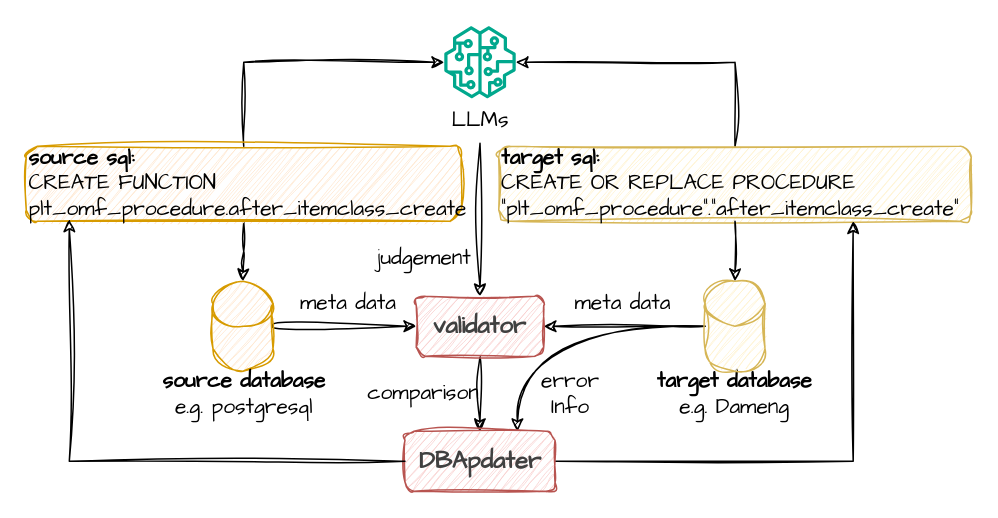
Earlier version of the draw.io diagram 开题报告/DBAdapter.drawio (Olive-2019/drawio-source). Source tidied: cells renumbered, new cells numbered last; positions are measured from the earlier drawing's top-left corner, leaving out a move shared by most shapes. Both pictures are drawn from the tidied source at 150%, with x=0, y=0 at pixel (26, 26).
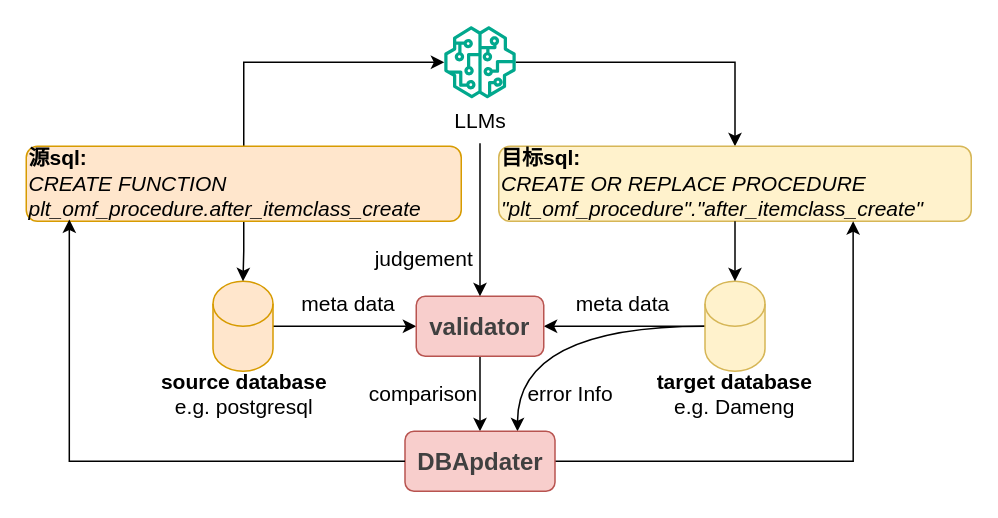
After the change.

The edit, as a diff of the source:
```diff
@@
-    <mxCell id="2" style="edgeStyle=orthogonalEdgeStyle;rounded=0;jettySize=auto;html=1;fontFamily=Comic Sans MS;curved=1;sketch=1;curveFitting=1;jiggle=2;" parent="1" edge="1" source="3" target="16">
+    <mxCell id="2" style="edgeStyle=orthogonalEdgeStyle;rounded=0;jettySize=auto;html=1;fontFamily=Comic Sans MS;curved=1;" parent="1" edge="1" source="3" target="16">
       <mxGeometry relative="1" as="geometry" />
     </mxCell>
-    <mxCell id="3" style="shape=cylinder3;whiteSpace=wrap;html=1;boundedLbl=1;backgroundOutline=1;size=15;fontStyle=1;fontFamily=Comic Sans MS;sketch=1;curveFitting=1;jiggle=2;fillColor=#ffe6cc;strokeColor=#d79b00;" parent="1" vertex="1">
+    <mxCell id="3" style="shape=cylinder3;whiteSpace=wrap;html=1;boundedLbl=1;backgroundOutline=1;size=15;fontStyle=1;fontFamily=Comic Sans MS;fillColor=#ffe6cc;strokeColor=#d79b00;" parent="1" vertex="1">
       <mxGeometry x="124.5" y="170" width="40" height="60" as="geometry" />
     </mxCell>
-    <mxCell id="4" value="&lt;b&gt;source database&lt;/b&gt;&lt;div&gt;e.g. postgresql&lt;/div&gt;" style="text;html=1;align=center;verticalAlign=middle;whiteSpace=wrap;rounded=0;fontSize=14;fontFamily=Comic Sans MS;sketch=1;curveFitting=1;jiggle=2;" parent="1" vertex="1">
+    <mxCell id="4" value="&lt;b&gt;source database&lt;/b&gt;&lt;div&gt;e.g. postgresql&lt;/div&gt;" style="text;html=1;align=center;verticalAlign=middle;whiteSpace=wrap;rounded=0;fontSize=14;fontFamily=Helvetica;" parent="1" vertex="1">
       <mxGeometry x="69.8" y="230" width="150.5" height="30" as="geometry" />
     </mxCell>
-    <mxCell id="5" value="&lt;b&gt;target database&lt;/b&gt;&lt;div&gt;e.g. Dameng&lt;/div&gt;" style="text;html=1;align=center;verticalAlign=middle;whiteSpace=wrap;rounded=0;fontSize=14;fontFamily=Comic Sans MS;sketch=1;curveFitting=1;jiggle=2;" parent="1" vertex="1">
+    <mxCell id="5" value="&lt;b&gt;target database&lt;/b&gt;&lt;div&gt;e.g. Dameng&lt;/div&gt;" style="text;html=1;align=center;verticalAlign=middle;whiteSpace=wrap;rounded=0;fontSize=14;fontFamily=Helvetica;" parent="1" vertex="1">
       <mxGeometry x="411.2" y="230" width="122.5" height="30" as="geometry" />
     </mxCell>
-    <mxCell id="6" style="edgeStyle=orthogonalEdgeStyle;rounded=0;jettySize=auto;html=1;entryX=1;entryY=0.5;entryDx=0;entryDy=0;sketch=1;curveFitting=1;jiggle=2;" parent="1" edge="1" source="8" target="16">
+    <mxCell id="6" style="edgeStyle=orthogonalEdgeStyle;rounded=0;jettySize=auto;html=1;entryX=1;entryY=0.5;entryDx=0;entryDy=0;" parent="1" edge="1" source="8" target="16">
       <mxGeometry relative="1" as="geometry" />
     </mxCell>
-    <mxCell id="7" style="edgeStyle=orthogonalEdgeStyle;rounded=0;jettySize=auto;html=1;entryX=0.75;entryY=0;entryDx=0;entryDy=0;curved=1;sketch=1;curveFitting=1;jiggle=2;" parent="1" edge="1" source="8" target="18">
+    <mxCell id="7" style="edgeStyle=orthogonalEdgeStyle;rounded=0;jettySize=auto;html=1;entryX=0.75;entryY=0;entryDx=0;entryDy=0;curved=1;" parent="1" edge="1" source="8" target="18">
       <mxGeometry relative="1" as="geometry" />
     </mxCell>
-    <mxCell id="8" style="shape=cylinder3;whiteSpace=wrap;html=1;boundedLbl=1;backgroundOutline=1;size=15;fontStyle=1;fontFamily=Comic Sans MS;sketch=1;curveFitting=1;jiggle=2;fillColor=#fff2cc;strokeColor=#d6b656;" parent="1" vertex="1">
+    <mxCell id="8" style="shape=cylinder3;whiteSpace=wrap;html=1;boundedLbl=1;backgroundOutline=1;size=15;fontStyle=1;fontFamily=Comic Sans MS;fillColor=#fff2cc;strokeColor=#d6b656;" parent="1" vertex="1">
       <mxGeometry x="452.5" y="170" width="40" height="60" as="geometry" />
     </mxCell>
-    <mxCell id="9" style="edgeStyle=orthogonalEdgeStyle;rounded=0;jettySize=auto;html=1;sketch=1;curveFitting=1;jiggle=2;" parent="1" edge="1" source="10" target="24">
+    <mxCell id="9" style="edgeStyle=orthogonalEdgeStyle;rounded=0;jettySize=auto;html=1;endArrow=none;startFill=1;startArrow=classic;" parent="1" edge="1" source="10" target="24">
       <mxGeometry relative="1" as="geometry">
         <Array as="points">
           <mxPoint x="473" y="24" />
         </Array>
       </mxGeometry>
     </mxCell>
-    <mxCell id="10" value="&lt;div&gt;&lt;b&gt;target sql:&lt;/b&gt;&lt;/div&gt;CREATE OR REPLACE PROCEDURE &quot;plt_omf_procedure&quot;.&quot;after_itemclass_create&quot;" style="rounded=1;whiteSpace=wrap;html=1;fontSize=14;align=left;fontFamily=Comic Sans MS;sketch=1;curveFitting=1;jiggle=2;fillColor=#fff2cc;strokeColor=#d6b656;" parent="1" vertex="1">
+    <mxCell id="10" value="&lt;div&gt;&lt;b&gt;目标sql:&lt;/b&gt;&lt;/div&gt;&lt;i&gt;CREATE OR REPLACE PROCEDURE &quot;plt_omf_procedure&quot;.&quot;after_itemclass_create&quot;&lt;/i&gt;" style="rounded=1;whiteSpace=wrap;html=1;fontSize=14;align=left;fontFamily=Helvetica;fillColor=#fff2cc;strokeColor=#d6b656;" parent="1" vertex="1">
       <mxGeometry x="315" y="80" width="315" height="50" as="geometry" />
     </mxCell>
-    <mxCell id="11" style="edgeStyle=orthogonalEdgeStyle;rounded=0;jettySize=auto;html=1;fontFamily=Comic Sans MS;sketch=1;curveFitting=1;jiggle=2;" parent="1" edge="1" source="13" target="3">
+    <mxCell id="11" style="edgeStyle=orthogonalEdgeStyle;rounded=0;jettySize=auto;html=1;fontFamily=Comic Sans MS;" parent="1" edge="1" source="13" target="3">
       <mxGeometry relative="1" as="geometry" />
     </mxCell>
-    <mxCell id="12" style="edgeStyle=orthogonalEdgeStyle;rounded=0;jettySize=auto;html=1;sketch=1;curveFitting=1;jiggle=2;" parent="1" edge="1" source="13" target="24">
+    <mxCell id="12" style="edgeStyle=orthogonalEdgeStyle;rounded=0;jettySize=auto;html=1;" parent="1" edge="1" source="13" target="24">
       <mxGeometry relative="1" as="geometry">
         <Array as="points">
           <mxPoint x="145" y="24" />
         </Array>
       </mxGeometry>
     </mxCell>
-    <mxCell id="13" value="&lt;div&gt;&lt;b&gt;source sql:&lt;/b&gt;&lt;/div&gt;CREATE FUNCTION plt_omf_procedure.after_itemclass_create" style="rounded=1;whiteSpace=wrap;html=1;fontSize=14;align=left;fontFamily=Comic Sans MS;sketch=1;curveFitting=1;jiggle=2;fillColor=#ffe6cc;strokeColor=#d79b00;" parent="1" vertex="1">
+    <mxCell id="13" value="&lt;div&gt;&lt;b&gt;源sql:&lt;/b&gt;&lt;/div&gt;&lt;i&gt;CREATE FUNCTION plt_omf_procedure.after_itemclass_create&lt;/i&gt;" style="rounded=1;whiteSpace=wrap;html=1;fontSize=14;align=left;fontFamily=Helvetica;fillColor=#ffe6cc;strokeColor=#d79b00;" parent="1" vertex="1">
       <mxGeometry y="80" width="290" height="50" as="geometry" />
     </mxCell>
-    <mxCell id="14" style="edgeStyle=orthogonalEdgeStyle;rounded=0;jettySize=auto;html=1;entryX=0.5;entryY=0;entryDx=0;entryDy=0;entryPerimeter=0;fontFamily=Comic Sans MS;sketch=1;curveFitting=1;jiggle=2;" parent="1" edge="1" source="10" target="8">
+    <mxCell id="14" style="edgeStyle=orthogonalEdgeStyle;rounded=0;jettySize=auto;html=1;entryX=0.5;entryY=0;entryDx=0;entryDy=0;entryPerimeter=0;fontFamily=Comic Sans MS;" parent="1" edge="1" source="10" target="8">
       <mxGeometry relative="1" as="geometry" />
     </mxCell>
-    <mxCell id="15" style="edgeStyle=orthogonalEdgeStyle;rounded=0;jettySize=auto;html=1;entryX=0.5;entryY=0;entryDx=0;entryDy=0;sketch=1;curveFitting=1;jiggle=2;" parent="1" edge="1" source="16" target="18">
+    <mxCell id="15" style="edgeStyle=orthogonalEdgeStyle;rounded=0;jettySize=auto;html=1;entryX=0.5;entryY=0;entryDx=0;entryDy=0;" parent="1" edge="1" source="16" target="18">
       <mxGeometry relative="1" as="geometry" />
     </mxCell>
-    <mxCell id="16" value="&lt;span style=&quot;color: rgb(64, 64, 64); font-size: 16.002px; text-align: start;&quot;&gt;validator&lt;/span&gt;" style="rounded=1;whiteSpace=wrap;html=1;fontFamily=Comic Sans MS;fontStyle=1;sketch=1;curveFitting=1;jiggle=2;fillColor=#f8cecc;strokeColor=#b85450;" parent="1" vertex="1">
+    <mxCell id="16" value="&lt;span style=&quot;color: rgb(64, 64, 64); font-size: 16.002px; text-align: start;&quot;&gt;validator&lt;/span&gt;" style="rounded=1;whiteSpace=wrap;html=1;fontFamily=Helvetica;fontStyle=1;fillColor=#f8cecc;strokeColor=#b85450;" parent="1" vertex="1">
       <mxGeometry x="260" y="180" width="85" height="40" as="geometry" />
     </mxCell>
-    <mxCell id="17" style="edgeStyle=orthogonalEdgeStyle;rounded=0;jettySize=auto;html=1;entryX=0.75;entryY=1;entryDx=0;entryDy=0;sketch=1;curveFitting=1;jiggle=2;" parent="1" edge="1" source="18" target="10">
+    <mxCell id="17" style="edgeStyle=orthogonalEdgeStyle;rounded=0;jettySize=auto;html=1;entryX=0.75;entryY=1;entryDx=0;entryDy=0;" parent="1" edge="1" source="18" target="10">
       <mxGeometry relative="1" as="geometry">
         <Array as="points">
           <mxPoint x="551" y="290" />
         </Array>
       </mxGeometry>
     </mxCell>
-    <mxCell id="18" value="&lt;div style=&quot;text-align: start;&quot;&gt;&lt;span style=&quot;background-color: transparent; font-size: 16.002px;&quot;&gt;&lt;font color=&quot;#404040&quot;&gt;DBApdater&lt;/font&gt;&lt;/span&gt;&lt;/div&gt;" style="rounded=1;whiteSpace=wrap;html=1;fontFamily=Comic Sans MS;fontStyle=1;sketch=1;curveFitting=1;jiggle=2;fillColor=#f8cecc;strokeColor=#b85450;" parent="1" vertex="1">
+    <mxCell id="18" value="&lt;div style=&quot;text-align: start;&quot;&gt;&lt;span style=&quot;background-color: transparent; font-size: 16.002px;&quot;&gt;&lt;font color=&quot;#404040&quot;&gt;DBApdater&lt;/font&gt;&lt;/span&gt;&lt;/div&gt;" style="rounded=1;whiteSpace=wrap;html=1;fontFamily=Helvetica;fontStyle=1;fillColor=#f8cecc;strokeColor=#b85450;" parent="1" vertex="1">
       <mxGeometry x="252.5" y="270" width="100" height="40" as="geometry" />
     </mxCell>
-    <mxCell id="19" style="edgeStyle=orthogonalEdgeStyle;rounded=0;jettySize=auto;html=1;entryX=0.099;entryY=0.976;entryDx=0;entryDy=0;entryPerimeter=0;sketch=1;curveFitting=1;jiggle=2;" parent="1" edge="1" source="18" target="13">
+    <mxCell id="19" style="edgeStyle=orthogonalEdgeStyle;rounded=0;jettySize=auto;html=1;entryX=0.099;entryY=0.976;entryDx=0;entryDy=0;entryPerimeter=0;" parent="1" edge="1" source="18" target="13">
       <mxGeometry relative="1" as="geometry">
         <Array as="points">
           <mxPoint x="29" y="290" />
         </Array>
       </mxGeometry>
     </mxCell>
-    <mxCell id="20" value="error Info" style="text;html=1;align=center;verticalAlign=middle;whiteSpace=wrap;rounded=0;fontSize=14;fontFamily=Comic Sans MS;" parent="1" vertex="1">
+    <mxCell id="20" value="error Info" style="text;html=1;align=center;verticalAlign=middle;whiteSpace=wrap;rounded=0;fontSize=14;fontFamily=Helvetica;" parent="1" vertex="1">
       <mxGeometry x="332.5" y="230" width="60" height="30" as="geometry" />
     </mxCell>
-    <mxCell id="21" value="meta data" style="text;html=1;align=center;verticalAlign=middle;whiteSpace=wrap;rounded=0;fontSize=14;fontFamily=Comic Sans MS;" parent="1" vertex="1">
+    <mxCell id="21" value="meta data" style="text;html=1;align=center;verticalAlign=middle;whiteSpace=wrap;rounded=0;fontSize=14;fontFamily=Helvetica;" parent="1" vertex="1">
       <mxGeometry x="352.5" y="170" width="90" height="30" as="geometry" />
     </mxCell>
-    <mxCell id="22" value="meta data" style="text;html=1;align=center;verticalAlign=middle;whiteSpace=wrap;rounded=0;fontSize=14;fontFamily=Comic Sans MS;" parent="1" vertex="1">
+    <mxCell id="22" value="meta data" style="text;html=1;align=center;verticalAlign=middle;whiteSpace=wrap;rounded=0;fontSize=14;fontFamily=Helvetica;" parent="1" vertex="1">
       <mxGeometry x="170" y="170" width="90" height="30" as="geometry" />
     </mxCell>
-    <mxCell id="23" value="comparison" style="text;html=1;align=center;verticalAlign=middle;whiteSpace=wrap;rounded=0;fontSize=14;fontFamily=Comic Sans MS;" parent="1" vertex="1">
+    <mxCell id="23" value="comparison" style="text;html=1;align=center;verticalAlign=middle;whiteSpace=wrap;rounded=0;fontSize=14;fontFamily=Helvetica;" parent="1" vertex="1">
       <mxGeometry x="220.2" y="230" width="90" height="30" as="geometry" />
     </mxCell>
-    <mxCell id="24" style="sketch=0;outlineConnect=0;fontColor=#232F3E;gradientColor=none;fillColor=#01A88D;strokeColor=none;dashed=0;verticalLabelPosition=bottom;verticalAlign=top;align=center;html=1;fontSize=12;fontStyle=0;shape=mxgraph.aws4.sagemaker_model;" parent="1" vertex="1">
+    <mxCell id="24" style="outlineConnect=0;fontColor=#232F3E;gradientColor=none;fillColor=#01A88D;strokeColor=none;dashed=0;verticalLabelPosition=bottom;verticalAlign=top;align=center;html=1;fontSize=12;fontStyle=0;shape=mxgraph.aws4.sagemaker_model;" parent="1" vertex="1">
       <mxGeometry x="278.5" width="48" height="48" as="geometry" />
     </mxCell>
-    <mxCell id="25" style="edgeStyle=orthogonalEdgeStyle;rounded=0;jettySize=auto;html=1;entryX=0.5;entryY=0;entryDx=0;entryDy=0;sketch=1;curveFitting=1;jiggle=2;" parent="1" edge="1" source="26" target="16">
+    <mxCell id="25" style="edgeStyle=orthogonalEdgeStyle;rounded=0;jettySize=auto;html=1;entryX=0.5;entryY=0;entryDx=0;entryDy=0;" parent="1" edge="1" source="26" target="16">
       <mxGeometry relative="1" as="geometry" />
     </mxCell>
-    <mxCell id="26" value="LLMs" style="text;html=1;align=center;verticalAlign=middle;whiteSpace=wrap;rounded=0;fontSize=14;fontFamily=Comic Sans MS;" parent="1" vertex="1">
+    <mxCell id="26" value="LLMs" style="text;html=1;align=center;verticalAlign=middle;whiteSpace=wrap;rounded=0;fontSize=14;fontFamily=Helvetica;" parent="1" vertex="1">
       <mxGeometry x="272.5" y="48" width="60" height="30" as="geometry" />
     </mxCell>
-    <mxCell id="27" value="judgement" style="text;html=1;align=center;verticalAlign=middle;whiteSpace=wrap;rounded=0;fontSize=14;fontFamily=Comic Sans MS;" parent="1" vertex="1">
+    <mxCell id="27" value="judgement" style="text;html=1;align=center;verticalAlign=middle;whiteSpace=wrap;rounded=0;fontSize=14;fontFamily=Helvetica;" parent="1" vertex="1">
       <mxGeometry x="227.8" y="140" width="75" height="30" as="geometry" />
     </mxCell>
```
